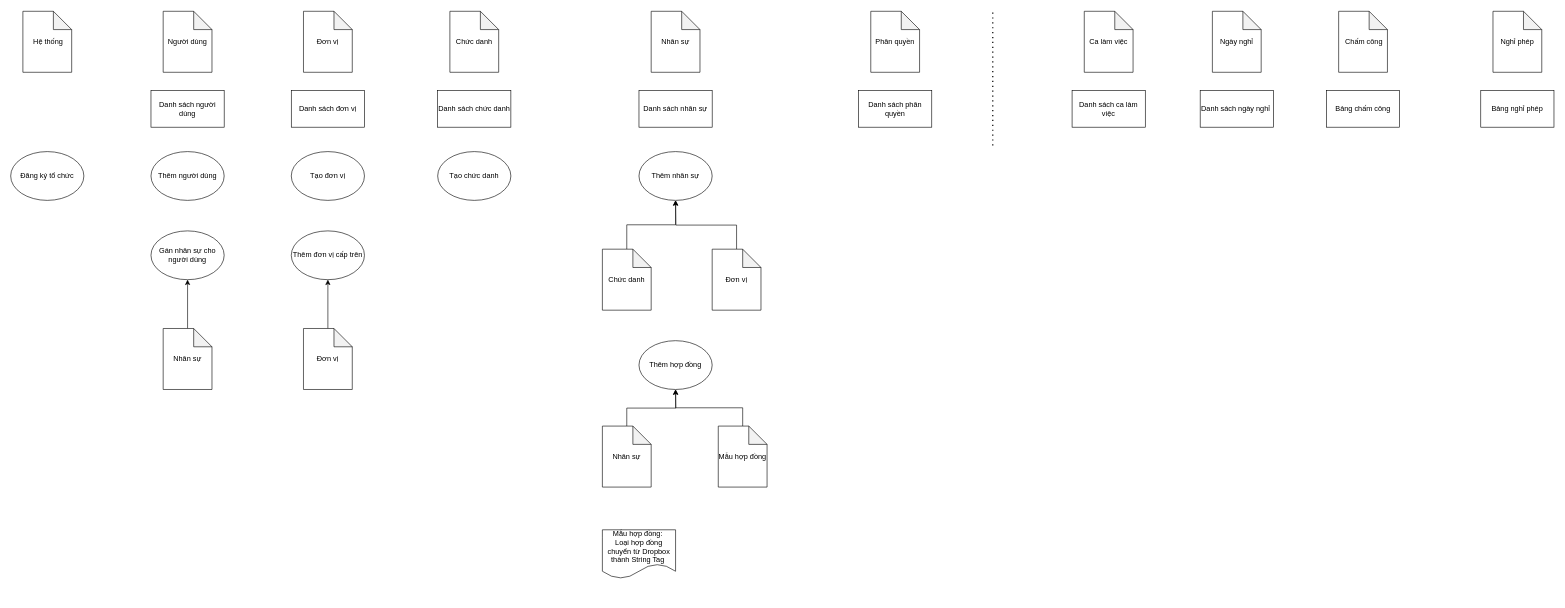
The draw.io diagram HrmFlow.drawio in b0bby0ne/business-analyst, before the edit. Source tidied: cells renumbered, new cells numbered last; positions are measured from the earlier drawing's top-left corner, leaving out a move shared by most shapes. Both pictures are drawn from the tidied source at 61%, with x=0, y=0 at pixel (10, 11).
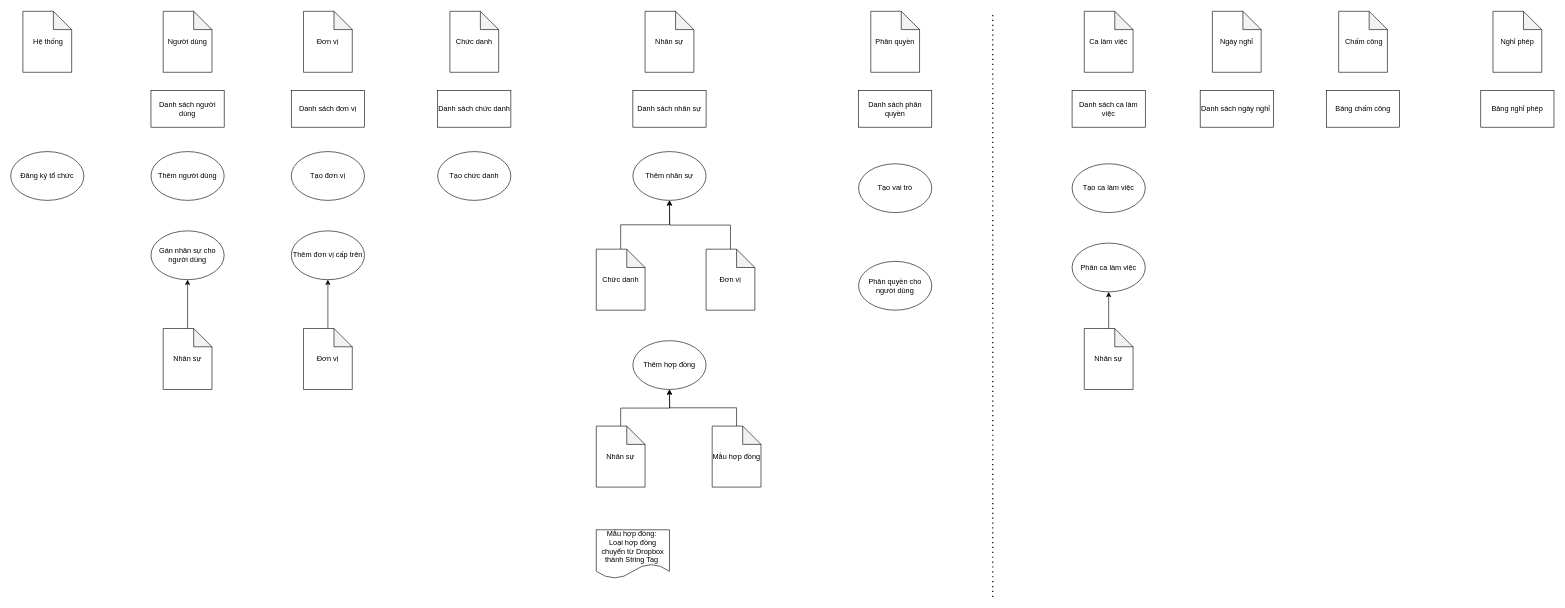
Above is the later version.

Diff of the diagram source:
```diff
@@
     <mxCell id="5" style="endArrow=none;dashed=1;html=1;dashPattern=1 3;strokeWidth=2;" parent="1" edge="1">
       <mxGeometry relative="1" as="geometry">
-        <mxPoint x="1610" y="220" as="sourcePoint" />
+        <mxPoint x="1610" y="960" as="sourcePoint" />
         <mxPoint x="1610" as="targetPoint" />
-        <Array as="points">
-          <mxPoint x="1610" y="50" />
-          <mxPoint x="1610" />
-        </Array>
       </mxGeometry>
     </mxCell>
@@
     <mxCell id="34" style="group;" parent="1" vertex="1">
-      <mxGeometry x="970" width="270" height="930" as="geometry" />
+      <mxGeometry x="960" width="270" height="930" as="geometry" />
     </mxCell>
@@
+    <mxCell id="48" value="Tạo vai trò" style="ellipse;whiteSpace=wrap;html=1;" parent="1" vertex="1">
+      <mxGeometry x="1390" y="250" width="120" height="80" as="geometry" />
+    </mxCell>
+    <mxCell id="49" value="Phân quyền cho người dùng" style="ellipse;whiteSpace=wrap;html=1;" parent="1" vertex="1">
+      <mxGeometry x="1390" y="410" width="120" height="80" as="geometry" />
+    </mxCell>
+    <mxCell id="50" value="Tạo ca làm việc" style="ellipse;whiteSpace=wrap;html=1;" parent="1" vertex="1">
+      <mxGeometry x="1740" y="250" width="120" height="80" as="geometry" />
+    </mxCell>
+    <mxCell id="51" value="Phân ca làm việc" style="ellipse;whiteSpace=wrap;html=1;" parent="1" vertex="1">
+      <mxGeometry x="1740" y="380" width="120" height="80" as="geometry" />
+    </mxCell>
+    <mxCell id="52" style="edgeStyle=orthogonalEdgeStyle;rounded=0;jettySize=auto;html=1;exitX=0.5;exitY=0;exitDx=0;exitDy=0;exitPerimeter=0;entryX=0.5;entryY=1;entryDx=0;entryDy=0;" parent="1" edge="1" source="53" target="51">
+      <mxGeometry relative="1" as="geometry" />
+    </mxCell>
+    <mxCell id="53" value="Nhân sự" style="shape=note;whiteSpace=wrap;html=1;backgroundOutline=1;darkOpacity=0.05;" parent="1" vertex="1">
+      <mxGeometry x="1760" y="520" width="80" height="100" as="geometry" />
+    </mxCell>
```
